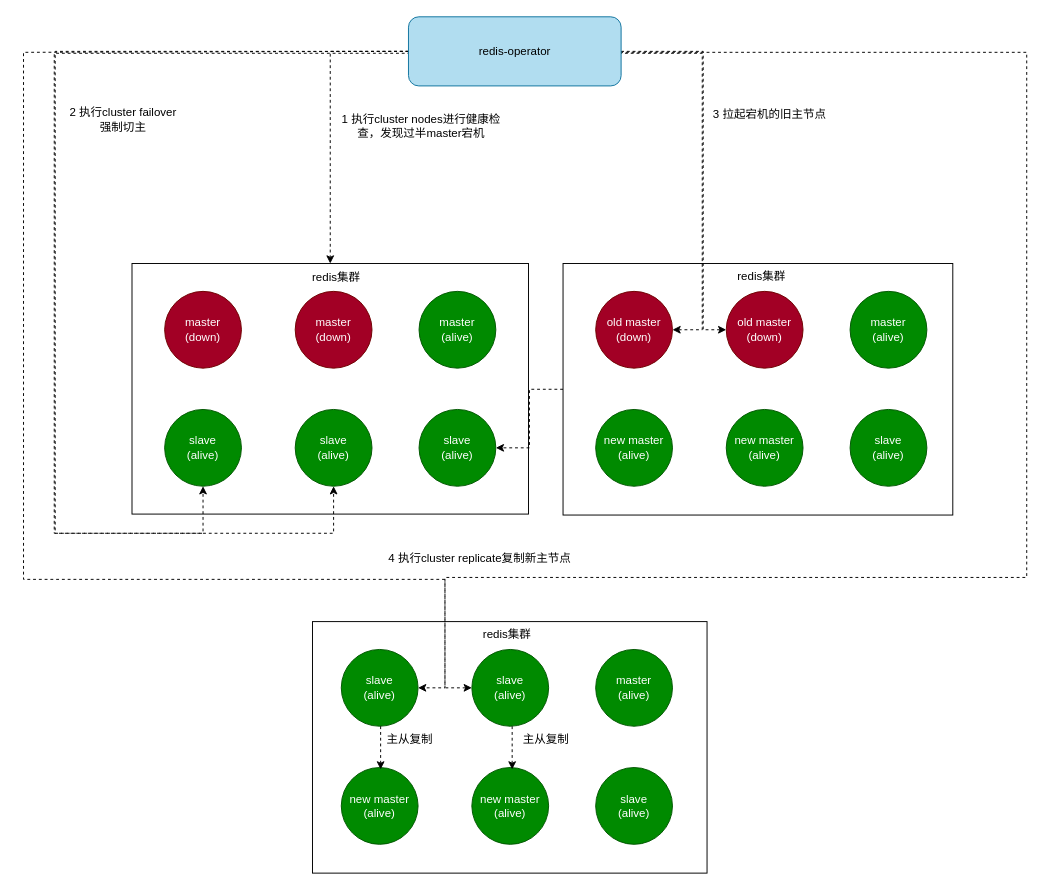
Earlier version of the draw.io diagram diagrams/redis集群过半master节点宕机.drawio (fengyinqiao/cloudimg). Source tidied: cells renumbered, new cells numbered last; positions are measured from the earlier drawing's top-left corner, leaving out a move shared by most shapes. Both pictures are drawn from the tidied source at 96%, with x=0, y=0 at pixel (23, 16).
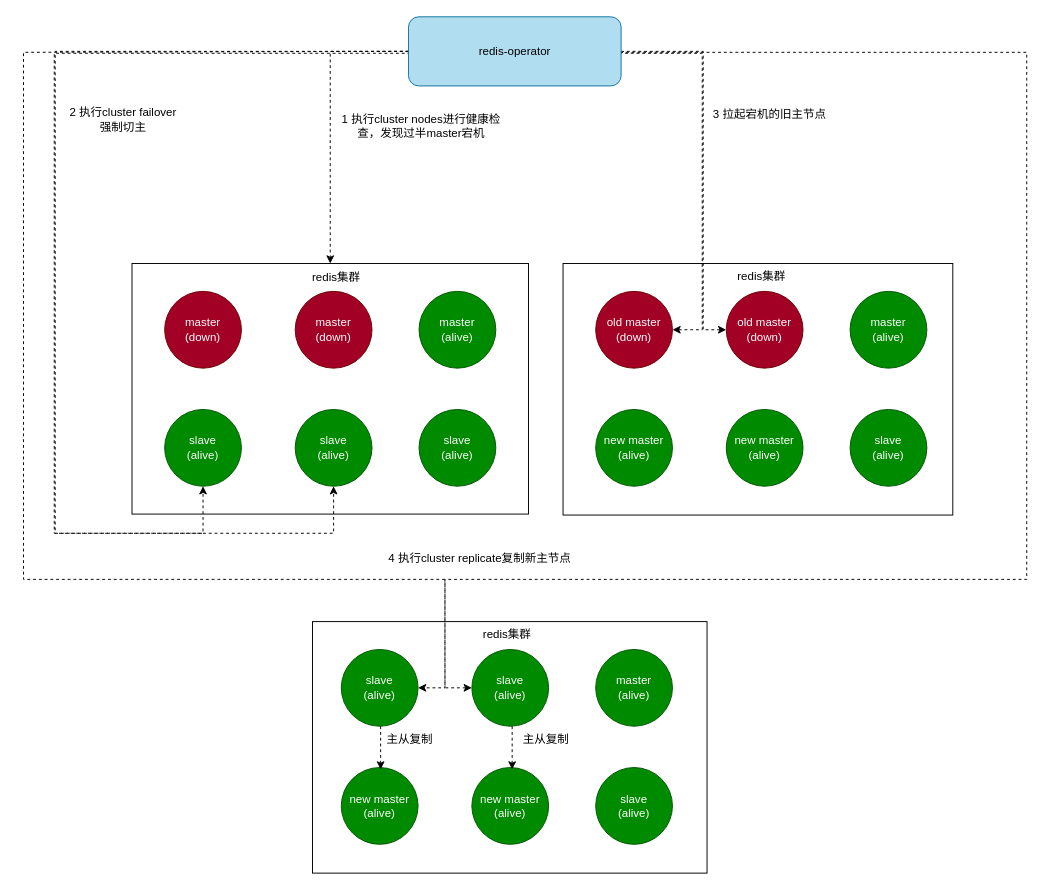
Above is the later version.

Commit message:
更新redis集群过半master节点宕机.drawio

The change refers to these unchanged cells:
```xml
<mxCell id="9" value="slave&lt;br&gt;(alive)" style="ellipse;whiteSpace=wrap;html=1;fillColor=#008a00;fontColor=#ffffff;strokeColor=#005700;" parent="1" vertex="1">
  <mxGeometry x="412" y="409" width="80" height="80" as="geometry" />
</mxCell>
<mxCell id="14" style="rounded=0;whiteSpace=wrap;html=1;" parent="1" vertex="1">
  <mxGeometry x="562" y="257" width="406" height="262" as="geometry" />
</mxCell>
<mxCell id="24" value="slave&lt;br&gt;(alive)" style="ellipse;whiteSpace=wrap;html=1;fillColor=#008a00;fontColor=#ffffff;strokeColor=#005700;" parent="1" vertex="1">
  <mxGeometry x="467" y="659" width="80" height="80" as="geometry" />
</mxCell>
<mxCell id="38" value="redis-operator" style="rounded=1;whiteSpace=wrap;html=1;fillColor=#b1ddf0;strokeColor=#10739e;" parent="1" vertex="1">
  <mxGeometry x="401" width="221.5" height="72" as="geometry" />
</mxCell>
```

The edit, as a diff of the source:
```diff
@@
     <mxCell id="10" style="edgeStyle=orthogonalEdgeStyle;rounded=0;jettySize=auto;html=1;exitX=1;exitY=0.5;exitDx=0;exitDy=0;dashed=1;" parent="1" edge="1" source="38" target="24">
       <mxGeometry relative="1" as="geometry">
         <Array as="points">
+          <mxPoint x="623" y="37" />
           <mxPoint x="1045" y="37" />
-          <mxPoint x="1045" y="584" />
-          <mxPoint x="439" y="584" />
+          <mxPoint x="1045" y="586" />
+          <mxPoint x="439" y="586" />
           <mxPoint x="439" y="699" />
         </Array>
       </mxGeometry>
     </mxCell>
@@
-    <mxCell id="13" style="edgeStyle=orthogonalEdgeStyle;rounded=0;jettySize=auto;html=1;dashed=1;" parent="1" edge="1" source="14" target="9">
-      <mxGeometry relative="1" as="geometry" />
-    </mxCell>
```
